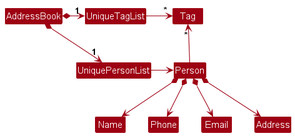
The PlantUML diagram docs/images/BetterModelClassDiagram.png in nus-cs2103-AY2425S1/tp, before a commit. Its diagram source:
```plantuml
@startuml
!include style.puml
skinparam arrowThickness 1.1
skinparam arrowColor MODEL_COLOR
skinparam classBackgroundColor MODEL_COLOR

AddressBook *-right-> "1" UniquePersonList
AddressBook *-right-> "1" UniqueTagList
UniqueTagList -[hidden]down- UniquePersonList
UniqueTagList -[hidden]down- UniquePersonList

UniqueTagList -right-> "*" Tag
UniquePersonList -right-> Person

Person -up-> "*" Tag

Person *--> Name
Person *--> Phone
Person *--> Email
Person *--> Address
@enduml
```
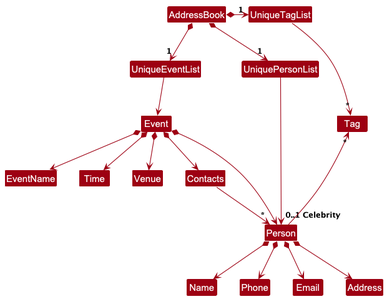
The same diagram one commit later.

The edit, as a diff of the source:
```diff
@@ -4,14 +4,29 @@
 skinparam arrowColor MODEL_COLOR
 skinparam classBackgroundColor MODEL_COLOR
 
+Class Event
+Class EventName
+Class Time
+Class Venue
+Class Contacts
+
 AddressBook *-right-> "1" UniquePersonList
 AddressBook *-right-> "1" UniqueTagList
+AddressBook *-down-> "1" UniqueEventList
 UniqueTagList -[hidden]down- UniquePersonList
 UniqueTagList -[hidden]down- UniquePersonList
 
 UniqueTagList -right-> "*" Tag
 UniquePersonList -right-> Person
 
+UniqueEventList --> Event
+Event *--> EventName
+Event *--> Time
+Event *--> Venue
+Event *--> "0..1 Celebrity" Person
+Event *--> Contacts
+
+Contacts --> "*"Person
 Person -up-> "*" Tag
 
 Person *--> Name
```
